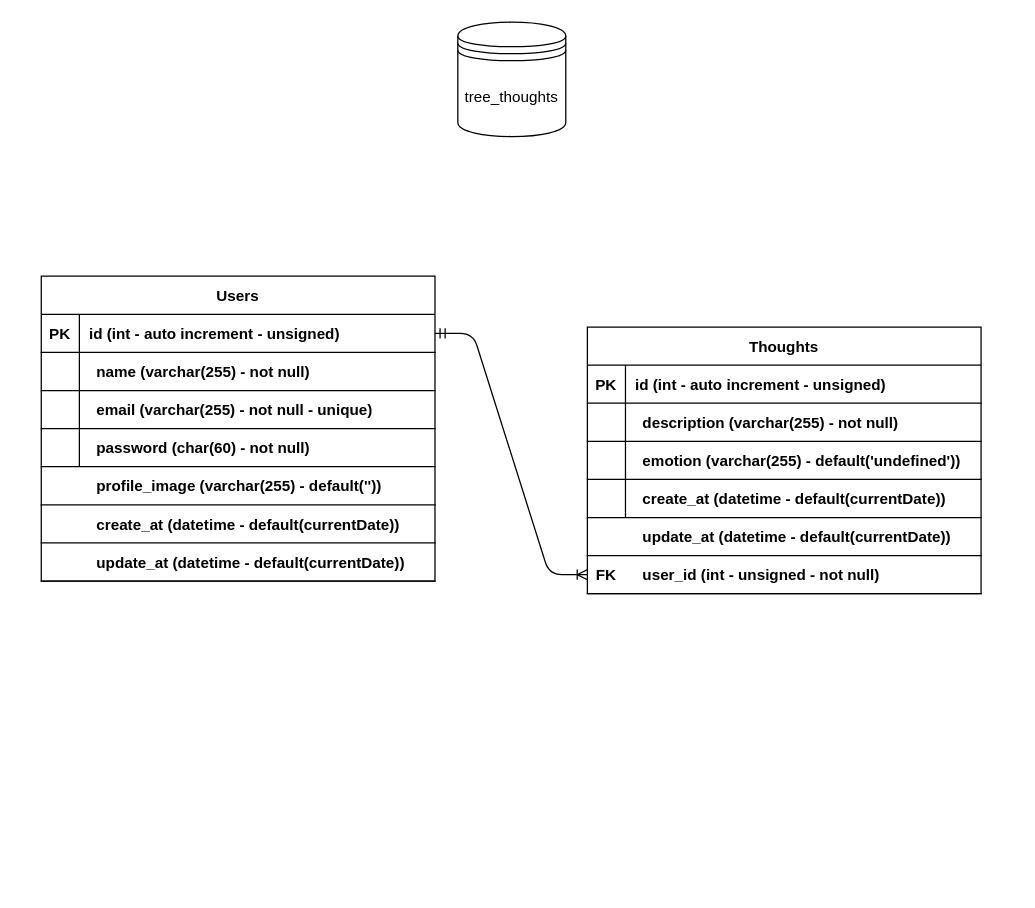
Above: docs/DER.drawio in AmandaCleto/express--tree-thoughts--back (draw.io), before the change. Source tidied: cells renumbered, new cells numbered last; positions are measured from the earlier drawing's top-left corner, leaving out a move shared by most shapes. Both pictures are drawn from the tidied source at 127%, with x=0, y=0 at pixel (41, 22).
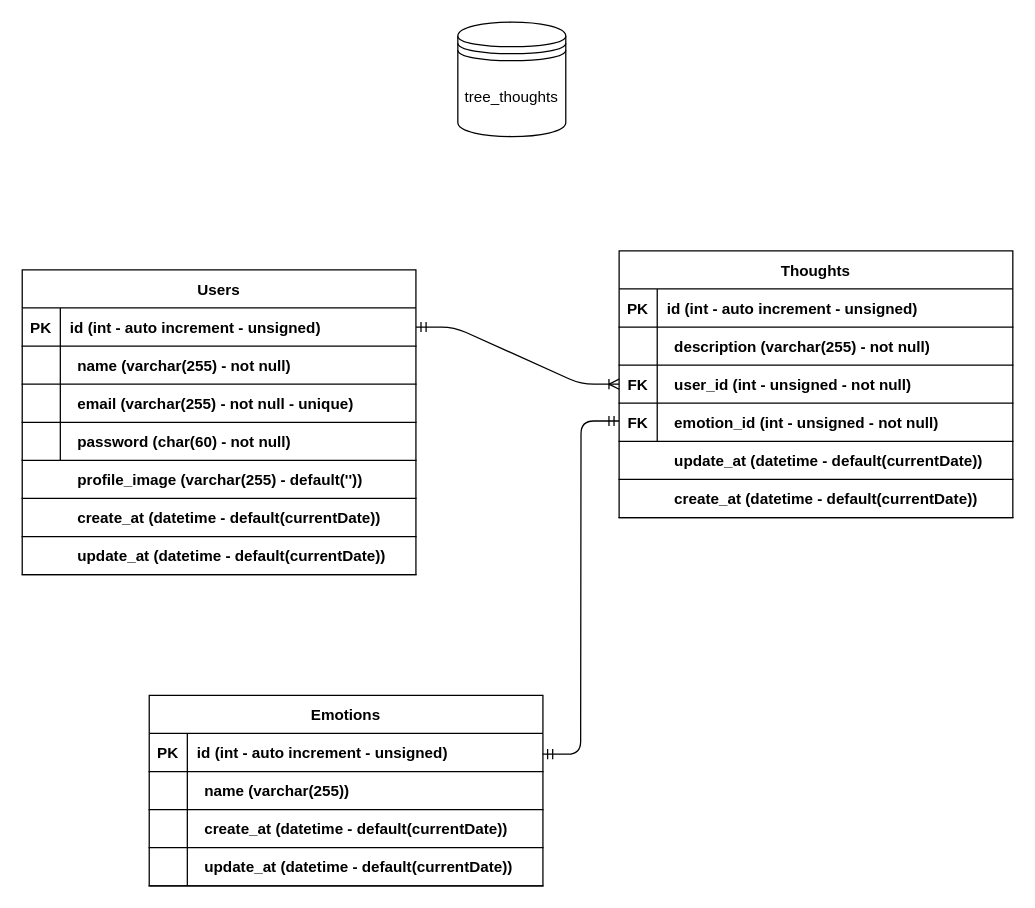
The same page after the edit.

What changed in the source:
```diff
@@
     <mxCell id="3" value="Users" style="shape=table;startSize=30;childLayout=tableLayout;rowLines=0;fontStyle=1;align=center;" parent="1" vertex="1">
-      <mxGeometry y="200" width="310" height="240" as="geometry" />
+      <mxGeometry x="-15" y="195" width="310" height="240" as="geometry" />
     </mxCell>
@@
     <mxCell id="16" style="shape=partialRectangle;fillColor=none;top=0;left=0;bottom=1;right=0;" parent="1" vertex="1">
-      <mxGeometry y="260" width="310" height="30" as="geometry" />
+      <mxGeometry x="-15" y="255" width="310" height="30" as="geometry" />
     </mxCell>
@@
     <mxCell id="19" style="shape=partialRectangle;fillColor=none;top=0;left=0;bottom=1;right=0;" parent="1" vertex="1">
-      <mxGeometry y="290" width="310" height="30" as="geometry" />
+      <mxGeometry x="-15" y="285" width="310" height="30" as="geometry" />
     </mxCell>
@@
     <mxCell id="22" style="shape=partialRectangle;fillColor=none;top=0;left=0;bottom=1;right=0;" parent="1" vertex="1">
-      <mxGeometry y="320" width="310" height="30" as="geometry" />
+      <mxGeometry x="-15" y="315" width="310" height="30" as="geometry" />
     </mxCell>
@@
     <mxCell id="25" style="shape=partialRectangle;fillColor=none;top=0;left=0;bottom=1;right=0;" parent="1" vertex="1">
-      <mxGeometry y="350" width="310" height="30" as="geometry" />
+      <mxGeometry x="-15" y="345" width="310" height="30" as="geometry" />
     </mxCell>
@@
     <mxCell id="28" value="Thoughts" style="shape=table;startSize=30;childLayout=tableLayout;rowLines=0;fontStyle=1;align=center;" parent="1" vertex="1">
-      <mxGeometry x="430" y="240" width="310" height="210" as="geometry" />
+      <mxGeometry x="455" y="180" width="310" height="210" as="geometry" />
     </mxCell>
@@
     <mxCell id="41" style="shape=partialRectangle;fillColor=none;top=0;left=0;bottom=1;right=0;" parent="1" vertex="1">
-      <mxGeometry x="430" y="300" width="310" height="30" as="geometry" />
+      <mxGeometry x="455" y="240" width="310" height="30" as="geometry" />
     </mxCell>
@@
     <mxCell id="44" style="shape=partialRectangle;fillColor=none;top=0;left=0;bottom=1;right=0;" parent="1" vertex="1">
-      <mxGeometry x="430" y="360" width="310" height="30" as="geometry" />
+      <mxGeometry x="455" y="360" width="310" height="30" as="geometry" />
     </mxCell>
@@
     <mxCell id="47" style="shape=partialRectangle;fillColor=none;top=0;left=0;bottom=1;right=0;" parent="1" vertex="1">
-      <mxGeometry x="430" y="330" width="310" height="30" as="geometry" />
+      <mxGeometry x="455" y="300" width="310" height="30" as="geometry" />
     </mxCell>
@@
-    <mxCell id="49" value="emotion (varchar(255) - default('undefined'))" style="shape=partialRectangle;fillColor=none;top=0;left=0;bottom=0;right=0;align=left;spacingLeft=6;fontStyle=1;overflow=hidden;" parent="47" vertex="1">
+    <mxCell id="49" value="emotion_id (int - unsigned - not null)" style="shape=partialRectangle;fillColor=none;top=0;left=0;bottom=0;right=0;align=left;spacingLeft=6;fontStyle=1;overflow=hidden;" parent="47" vertex="1">
       <mxGeometry x="35.8" width="274.2" height="30" as="geometry" />
     </mxCell>
     <mxCell id="50" style="shape=partialRectangle;fillColor=none;top=0;left=0;bottom=1;right=0;" parent="1" vertex="1">
-      <mxGeometry y="380" width="310" height="30" as="geometry" />
+      <mxGeometry x="-15" y="375" width="310" height="30" as="geometry" />
     </mxCell>
@@
     <mxCell id="53" style="shape=partialRectangle;fillColor=none;top=0;left=0;bottom=1;right=0;" parent="1" vertex="1">
-      <mxGeometry y="410" width="310" height="30" as="geometry" />
+      <mxGeometry x="-15" y="405" width="310" height="30" as="geometry" />
     </mxCell>
@@
     <mxCell id="56" style="shape=partialRectangle;fillColor=none;top=0;left=0;bottom=1;right=0;" parent="1" vertex="1">
-      <mxGeometry x="430" y="390" width="310" height="30" as="geometry" />
+      <mxGeometry x="455" y="330" width="310" height="30" as="geometry" />
     </mxCell>
@@
     <mxCell id="59" style="shape=partialRectangle;fillColor=none;top=0;left=0;bottom=1;right=0;points=[[0,0.5],[1,0.5]];portConstraint=eastwest;" parent="1" vertex="1">
-      <mxGeometry x="430" y="420" width="310" height="30" as="geometry" />
+      <mxGeometry x="455" y="270" width="310" height="30" as="geometry" />
     </mxCell>
@@
+    <mxCell id="63" value="Emotions" style="shape=table;startSize=30;childLayout=tableLayout;rowLines=0;fontStyle=1;align=center;" parent="1" vertex="1">
+      <mxGeometry x="85" y="530" width="310" height="150" as="geometry" />
+    </mxCell>
+    <mxCell id="64" style="shape=partialRectangle;fillColor=none;top=0;left=0;bottom=1;right=0;points=[[0,0.5],[1,0.5]];portConstraint=eastwest;" parent="63" vertex="1">
+      <mxGeometry y="30" width="310" height="30" as="geometry" />
+    </mxCell>
+    <mxCell id="65" value="PK" style="shape=partialRectangle;fillColor=none;top=0;left=0;bottom=0;right=0;fontStyle=1;overflow=hidden;" parent="64" vertex="1">
+      <mxGeometry width="30" height="30" as="geometry" />
+    </mxCell>
+    <mxCell id="66" value="id (int - auto increment - unsigned)" style="shape=partialRectangle;fillColor=none;top=0;left=0;bottom=0;right=0;align=left;spacingLeft=6;fontStyle=1;overflow=hidden;" parent="64" vertex="1">
+      <mxGeometry x="30" width="280" height="30" as="geometry" />
+    </mxCell>
+    <mxCell id="67" style="shape=partialRectangle;fillColor=none;top=0;left=0;bottom=0;right=0;" parent="63" vertex="1">
+      <mxGeometry y="60" width="310" height="30" as="geometry" />
+    </mxCell>
+    <mxCell id="68" style="shape=partialRectangle;fillColor=none;top=0;left=0;bottom=0;right=0;overflow=hidden;" parent="67" vertex="1">
+      <mxGeometry width="30" height="30" as="geometry" />
+    </mxCell>
+    <mxCell id="69" style="shape=partialRectangle;fillColor=none;top=0;left=0;bottom=0;right=0;align=left;spacingLeft=6;overflow=hidden;" parent="67" vertex="1">
+      <mxGeometry x="30" width="280" height="30" as="geometry" />
+    </mxCell>
+    <mxCell id="70" style="shape=partialRectangle;fillColor=none;top=0;left=0;bottom=0;right=0;" parent="63" vertex="1">
+      <mxGeometry y="90" width="310" height="30" as="geometry" />
+    </mxCell>
+    <mxCell id="71" style="shape=partialRectangle;fillColor=none;top=0;left=0;bottom=0;right=0;overflow=hidden;" parent="70" vertex="1">
+      <mxGeometry width="30" height="30" as="geometry" />
+    </mxCell>
+    <mxCell id="72" style="shape=partialRectangle;fillColor=none;top=0;left=0;bottom=0;right=0;align=left;spacingLeft=6;overflow=hidden;" parent="70" vertex="1">
+      <mxGeometry x="30" width="280" height="30" as="geometry" />
+    </mxCell>
+    <mxCell id="73" style="shape=partialRectangle;fillColor=none;top=0;left=0;bottom=0;right=0;" parent="63" vertex="1">
+      <mxGeometry y="120" width="310" height="30" as="geometry" />
+    </mxCell>
+    <mxCell id="74" style="shape=partialRectangle;fillColor=none;top=0;left=0;bottom=0;right=0;overflow=hidden;" parent="73" vertex="1">
+      <mxGeometry width="30" height="30" as="geometry" />
+    </mxCell>
+    <mxCell id="75" style="shape=partialRectangle;fillColor=none;top=0;left=0;bottom=0;right=0;align=left;spacingLeft=6;overflow=hidden;" parent="73" vertex="1">
+      <mxGeometry x="30" width="280" height="30" as="geometry" />
+    </mxCell>
+    <mxCell id="76" style="shape=partialRectangle;fillColor=none;top=0;left=0;bottom=1;right=0;" parent="1" vertex="1">
+      <mxGeometry x="85" y="620" width="310" height="30" as="geometry" />
+    </mxCell>
+    <mxCell id="77" style="shape=partialRectangle;fillColor=none;top=0;left=0;bottom=0;right=0;fontStyle=1;overflow=hidden;" parent="76" vertex="1">
+      <mxGeometry width="51.7" height="30" as="geometry" />
+    </mxCell>
+    <mxCell id="78" value="create_at (datetime - default(currentDate))" style="shape=partialRectangle;fillColor=none;top=0;left=0;bottom=0;right=0;align=left;spacingLeft=6;fontStyle=1;overflow=hidden;" parent="76" vertex="1">
+      <mxGeometry x="35.8" width="274.2" height="30" as="geometry" />
+    </mxCell>
+    <mxCell id="79" style="shape=partialRectangle;fillColor=none;top=0;left=0;bottom=1;right=0;" parent="1" vertex="1">
+      <mxGeometry x="85" y="590" width="310" height="30" as="geometry" />
+    </mxCell>
+    <mxCell id="80" style="shape=partialRectangle;fillColor=none;top=0;left=0;bottom=0;right=0;fontStyle=1;overflow=hidden;" parent="79" vertex="1">
+      <mxGeometry width="51.7" height="30" as="geometry" />
+    </mxCell>
+    <mxCell id="81" value="name (varchar(255))" style="shape=partialRectangle;fillColor=none;top=0;left=0;bottom=0;right=0;align=left;spacingLeft=6;fontStyle=1;overflow=hidden;" parent="79" vertex="1">
+      <mxGeometry x="35.8" width="274.2" height="30" as="geometry" />
+    </mxCell>
+    <mxCell id="82" style="shape=partialRectangle;fillColor=none;top=0;left=0;bottom=1;right=0;" parent="1" vertex="1">
+      <mxGeometry x="85" y="650" width="310" height="30" as="geometry" />
+    </mxCell>
+    <mxCell id="83" style="shape=partialRectangle;fillColor=none;top=0;left=0;bottom=0;right=0;fontStyle=1;overflow=hidden;" parent="82" vertex="1">
+      <mxGeometry width="51.7" height="30" as="geometry" />
+    </mxCell>
+    <mxCell id="84" value="update_at (datetime - default(currentDate))" style="shape=partialRectangle;fillColor=none;top=0;left=0;bottom=0;right=0;align=left;spacingLeft=6;fontStyle=1;overflow=hidden;" parent="82" vertex="1">
+      <mxGeometry x="35.8" width="274.2" height="30" as="geometry" />
+    </mxCell>
+    <mxCell id="85" value="FK" style="shape=partialRectangle;fillColor=none;top=0;left=0;bottom=0;right=0;fontStyle=1;overflow=hidden;" parent="1" vertex="1">
+      <mxGeometry x="455" y="300" width="30" height="30" as="geometry" />
+    </mxCell>
+    <mxCell id="86" style="edgeStyle=entityRelationEdgeStyle;fontSize=12;html=1;endArrow=ERmandOne;startArrow=ERmandOne;exitX=0.999;exitY=0.543;exitDx=0;exitDy=0;exitPerimeter=0;" parent="1" edge="1" source="64">
+      <mxGeometry relative="1" as="geometry">
+        <mxPoint x="455" y="314" as="targetPoint" />
+      </mxGeometry>
+    </mxCell>
```
